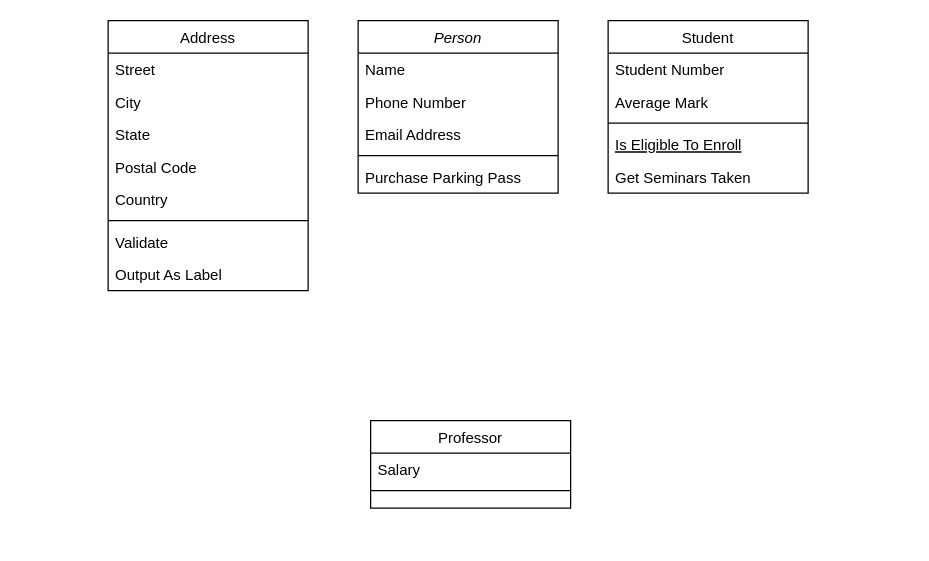
Earlier version of the draw.io diagram Diagrams/EasyLib.drawio (Kia88DC/EasyLib). Source tidied: cells renumbered, new cells numbered last; positions are measured from the earlier drawing's top-left corner, leaving out a move shared by most shapes. Both pictures are drawn from the tidied source at 125%, with x=0, y=0 at pixel (108, 20).
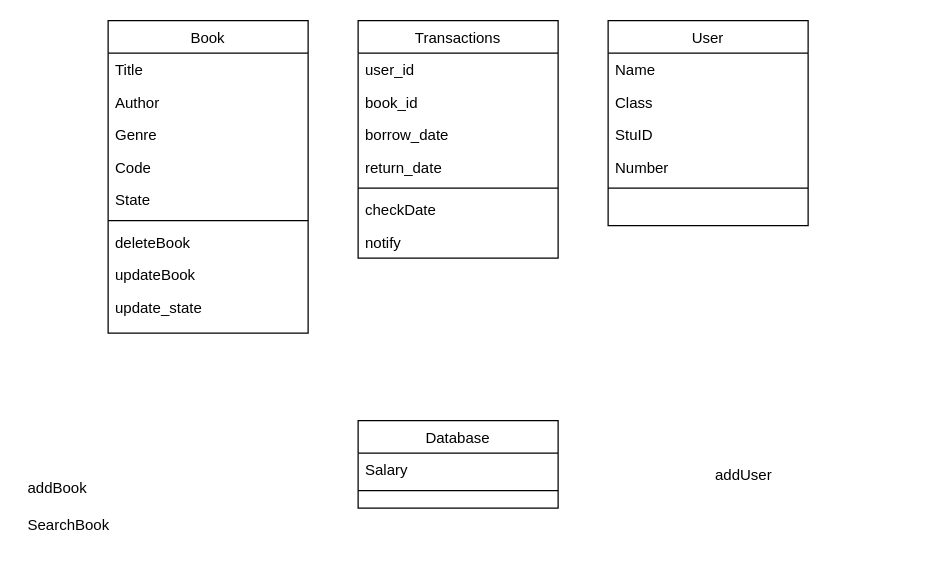
Above is the later version.

Diff of the diagram source:
```diff
@@
-    <mxCell id="2" value="Person" style="swimlane;fontStyle=2;align=center;verticalAlign=top;horizontal=1;startSize=26;rounded=0;shadow=0;strokeWidth=1;" parent="1" vertex="1">
-      <mxGeometry x="200" width="160" height="138" as="geometry" />
+    <mxCell id="2" value="Transactions" style="swimlane;fontStyle=0;align=center;verticalAlign=top;horizontal=1;startSize=26;rounded=0;shadow=0;strokeWidth=1;" parent="1" vertex="1">
+      <mxGeometry x="200" width="160" height="190" as="geometry" />
     </mxCell>
-    <mxCell id="3" value="Name" style="text;align=left;verticalAlign=top;spacingLeft=4;spacingRight=4;overflow=hidden;" parent="2" vertex="1">
+    <mxCell id="3" value="user_id" style="text;align=left;verticalAlign=top;spacingLeft=4;spacingRight=4;overflow=hidden;" parent="2" vertex="1">
       <mxGeometry y="26" width="160" height="26" as="geometry" />
     </mxCell>
-    <mxCell id="4" value="Phone Number" style="text;align=left;verticalAlign=top;spacingLeft=4;spacingRight=4;overflow=hidden;rounded=0;shadow=0;html=0;" parent="2" vertex="1">
+    <mxCell id="4" value="book_id" style="text;align=left;verticalAlign=top;spacingLeft=4;spacingRight=4;overflow=hidden;rounded=0;shadow=0;html=0;" parent="2" vertex="1">
       <mxGeometry y="52" width="160" height="26" as="geometry" />
     </mxCell>
-    <mxCell id="5" value="Email Address" style="text;align=left;verticalAlign=top;spacingLeft=4;spacingRight=4;overflow=hidden;rounded=0;shadow=0;html=0;" parent="2" vertex="1">
+    <mxCell id="5" value="borrow_date" style="text;align=left;verticalAlign=top;spacingLeft=4;spacingRight=4;overflow=hidden;rounded=0;shadow=0;html=0;" parent="2" vertex="1">
       <mxGeometry y="78" width="160" height="26" as="geometry" />
     </mxCell>
+    <mxCell id="26" value="return_date" style="text;align=left;verticalAlign=top;spacingLeft=4;spacingRight=4;overflow=hidden;rounded=0;shadow=0;html=0;" parent="2" vertex="1">
+      <mxGeometry y="104" width="160" height="26" as="geometry" />
+    </mxCell>
     <mxCell id="6" style="line;html=1;strokeWidth=1;align=left;verticalAlign=middle;spacingTop=-1;spacingLeft=3;spacingRight=3;labelPosition=right;" parent="2" vertex="1">
-      <mxGeometry y="104" width="160" height="8" as="geometry" />
+      <mxGeometry y="130" width="160" height="8" as="geometry" />
     </mxCell>
-    <mxCell id="7" value="Purchase Parking Pass" style="text;align=left;verticalAlign=top;spacingLeft=4;spacingRight=4;overflow=hidden;" parent="2" vertex="1">
-      <mxGeometry y="112" width="160" height="26" as="geometry" />
+    <mxCell id="7" value="checkDate" style="text;align=left;verticalAlign=top;spacingLeft=4;spacingRight=4;overflow=hidden;" parent="2" vertex="1">
+      <mxGeometry y="138" width="160" height="26" as="geometry" />
     </mxCell>
+    <mxCell id="27" value="notify" style="text;align=left;verticalAlign=top;spacingLeft=4;spacingRight=4;overflow=hidden;" parent="2" vertex="1">
+      <mxGeometry y="164" width="160" height="26" as="geometry" />
+    </mxCell>
-    <mxCell id="8" value="Student" style="swimlane;fontStyle=0;align=center;verticalAlign=top;horizontal=1;startSize=26;rounded=0;shadow=0;strokeWidth=1;" parent="1" vertex="1">
-      <mxGeometry x="400" width="160" height="138" as="geometry" />
+    <mxCell id="8" value="User" style="swimlane;fontStyle=0;align=center;verticalAlign=top;horizontal=1;startSize=26;rounded=0;shadow=0;strokeWidth=1;" parent="1" vertex="1">
+      <mxGeometry x="400" width="160" height="164" as="geometry" />
     </mxCell>
-    <mxCell id="9" value="Student Number" style="text;align=left;verticalAlign=top;spacingLeft=4;spacingRight=4;overflow=hidden;" parent="8" vertex="1">
+    <mxCell id="9" value="Name" style="text;align=left;verticalAlign=top;spacingLeft=4;spacingRight=4;overflow=hidden;" parent="8" vertex="1">
       <mxGeometry y="26" width="160" height="26" as="geometry" />
     </mxCell>
-    <mxCell id="10" value="Average Mark" style="text;align=left;verticalAlign=top;spacingLeft=4;spacingRight=4;overflow=hidden;rounded=0;shadow=0;html=0;" parent="8" vertex="1">
+    <mxCell id="10" value="Class" style="text;align=left;verticalAlign=top;spacingLeft=4;spacingRight=4;overflow=hidden;rounded=0;shadow=0;html=0;" parent="8" vertex="1">
       <mxGeometry y="52" width="160" height="26" as="geometry" />
     </mxCell>
+    <mxCell id="28" value="StuID" style="text;align=left;verticalAlign=top;spacingLeft=4;spacingRight=4;overflow=hidden;rounded=0;shadow=0;html=0;" parent="8" vertex="1">
+      <mxGeometry y="78" width="160" height="26" as="geometry" />
+    </mxCell>
+    <mxCell id="29" value="Number" style="text;align=left;verticalAlign=top;spacingLeft=4;spacingRight=4;overflow=hidden;rounded=0;shadow=0;html=0;" parent="8" vertex="1">
+      <mxGeometry y="104" width="160" height="26" as="geometry" />
+    </mxCell>
     <mxCell id="11" style="line;html=1;strokeWidth=1;align=left;verticalAlign=middle;spacingTop=-1;spacingLeft=3;spacingRight=3;labelPosition=right;" parent="8" vertex="1">
-      <mxGeometry y="78" width="160" height="8" as="geometry" />
+      <mxGeometry y="130" width="160" height="8" as="geometry" />
     </mxCell>
-    <mxCell id="12" value="Is Eligible To Enroll" style="text;align=left;verticalAlign=top;spacingLeft=4;spacingRight=4;overflow=hidden;fontStyle=4;" parent="8" vertex="1">
-      <mxGeometry y="86" width="160" height="26" as="geometry" />
-    </mxCell>
-    <mxCell id="13" value="Get Seminars Taken" style="text;align=left;verticalAlign=top;spacingLeft=4;spacingRight=4;overflow=hidden;" parent="8" vertex="1">
-      <mxGeometry y="112" width="160" height="26" as="geometry" />
-    </mxCell>
-    <mxCell id="14" value="Professor" style="swimlane;fontStyle=0;align=center;verticalAlign=top;horizontal=1;startSize=26;rounded=0;shadow=0;strokeWidth=1;" parent="1" vertex="1">
-      <mxGeometry x="210" y="320" width="160" height="70" as="geometry" />
+    <mxCell id="14" value="Database" style="swimlane;fontStyle=0;align=center;verticalAlign=top;horizontal=1;startSize=26;rounded=0;shadow=0;strokeWidth=1;" parent="1" vertex="1">
+      <mxGeometry x="200" y="320" width="160" height="70" as="geometry" />
     </mxCell>
@@
-    <mxCell id="17" value="Address" style="swimlane;fontStyle=0;align=center;verticalAlign=top;horizontal=1;startSize=26;rounded=0;shadow=0;strokeWidth=1;" parent="1" vertex="1">
-      <mxGeometry width="160" height="216" as="geometry" />
+    <mxCell id="17" value="Book" style="swimlane;fontStyle=0;align=center;verticalAlign=top;horizontal=1;startSize=26;rounded=0;shadow=0;strokeWidth=1;" parent="1" vertex="1">
+      <mxGeometry width="160" height="250" as="geometry" />
     </mxCell>
-    <mxCell id="18" value="Street" style="text;align=left;verticalAlign=top;spacingLeft=4;spacingRight=4;overflow=hidden;" parent="17" vertex="1">
+    <mxCell id="18" value="Title" style="text;align=left;verticalAlign=top;spacingLeft=4;spacingRight=4;overflow=hidden;" parent="17" vertex="1">
       <mxGeometry y="26" width="160" height="26" as="geometry" />
     </mxCell>
-    <mxCell id="19" value="City" style="text;align=left;verticalAlign=top;spacingLeft=4;spacingRight=4;overflow=hidden;rounded=0;shadow=0;html=0;" parent="17" vertex="1">
+    <mxCell id="19" value="Author" style="text;align=left;verticalAlign=top;spacingLeft=4;spacingRight=4;overflow=hidden;rounded=0;shadow=0;html=0;" parent="17" vertex="1">
       <mxGeometry y="52" width="160" height="26" as="geometry" />
     </mxCell>
-    <mxCell id="20" value="State" style="text;align=left;verticalAlign=top;spacingLeft=4;spacingRight=4;overflow=hidden;rounded=0;shadow=0;html=0;" parent="17" vertex="1">
+    <mxCell id="20" value="Genre" style="text;align=left;verticalAlign=top;spacingLeft=4;spacingRight=4;overflow=hidden;rounded=0;shadow=0;html=0;" parent="17" vertex="1">
       <mxGeometry y="78" width="160" height="26" as="geometry" />
     </mxCell>
-    <mxCell id="21" value="Postal Code" style="text;align=left;verticalAlign=top;spacingLeft=4;spacingRight=4;overflow=hidden;rounded=0;shadow=0;html=0;" parent="17" vertex="1">
+    <mxCell id="21" value="Code" style="text;align=left;verticalAlign=top;spacingLeft=4;spacingRight=4;overflow=hidden;rounded=0;shadow=0;html=0;" parent="17" vertex="1">
       <mxGeometry y="104" width="160" height="26" as="geometry" />
     </mxCell>
-    <mxCell id="22" value="Country" style="text;align=left;verticalAlign=top;spacingLeft=4;spacingRight=4;overflow=hidden;rounded=0;shadow=0;html=0;" parent="17" vertex="1">
-      <mxGeometry y="130" width="160" height="26" as="geometry" />
-    </mxCell>
+    <mxCell id="30" value="State" style="text;align=left;verticalAlign=top;spacingLeft=4;spacingRight=4;overflow=hidden;rounded=0;shadow=0;html=0;" parent="17" vertex="1">
+      <mxGeometry y="130" width="160" height="26" as="geometry" />
+    </mxCell>
@@
+    <mxCell id="25" value="deleteBook" style="text;align=left;verticalAlign=top;spacingLeft=4;spacingRight=4;overflow=hidden;" parent="17" vertex="1">
+      <mxGeometry y="164" width="160" height="26" as="geometry" />
+    </mxCell>
+    <mxCell id="31" value="updateBook" style="text;align=left;verticalAlign=top;spacingLeft=4;spacingRight=4;overflow=hidden;" parent="17" vertex="1">
+      <mxGeometry y="190" width="160" height="26" as="geometry" />
+    </mxCell>
+    <mxCell id="32" value="update_state" style="text;align=left;verticalAlign=top;spacingLeft=4;spacingRight=4;overflow=hidden;" parent="17" vertex="1">
+      <mxGeometry y="216" width="160" height="34" as="geometry" />
+    </mxCell>
-    <mxCell id="24" value="Validate" style="text;align=left;verticalAlign=top;spacingLeft=4;spacingRight=4;overflow=hidden;" parent="17" vertex="1">
-      <mxGeometry y="164" width="160" height="26" as="geometry" />
+    <mxCell id="24" value="addBook" style="text;align=left;verticalAlign=top;spacingLeft=4;spacingRight=4;overflow=hidden;" parent="1" vertex="1">
+      <mxGeometry x="-70" y="360" width="160" height="26" as="geometry" />
     </mxCell>
-    <mxCell id="25" value="Output As Label" style="text;align=left;verticalAlign=top;spacingLeft=4;spacingRight=4;overflow=hidden;" parent="17" vertex="1">
-      <mxGeometry y="190" width="160" height="26" as="geometry" />
-    </mxCell>
+    <mxCell id="33" value="SearchBook" style="text;align=left;verticalAlign=top;spacingLeft=4;spacingRight=4;overflow=hidden;" parent="1" vertex="1">
+      <mxGeometry x="-70" y="390" width="160" height="26" as="geometry" />
+    </mxCell>
+    <mxCell id="13" value="addUser" style="text;align=left;verticalAlign=top;spacingLeft=4;spacingRight=4;overflow=hidden;" parent="1" vertex="1">
+      <mxGeometry x="480" y="350" width="160" height="26" as="geometry" />
+    </mxCell>
```
